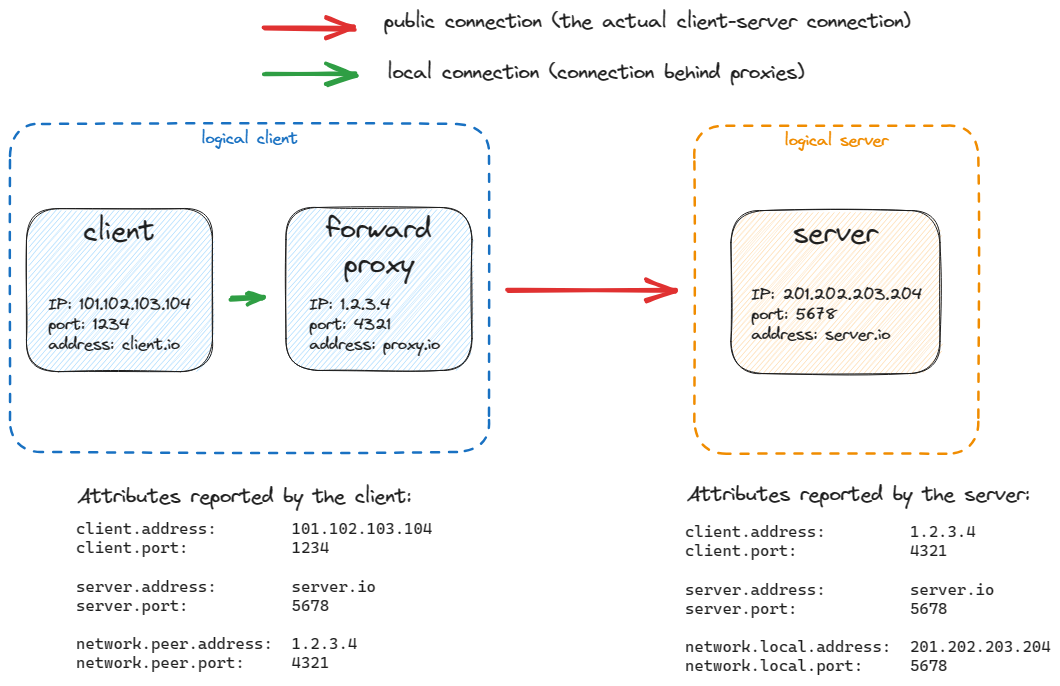
The Excalidraw diagram docs/general/forward-proxy.png in open-telemetry/semantic-conventions, before a commit. Source tidied: one line per element, renumbered; positions are measured from the earlier drawing's top-left corner, leaving out a move shared by most shapes.
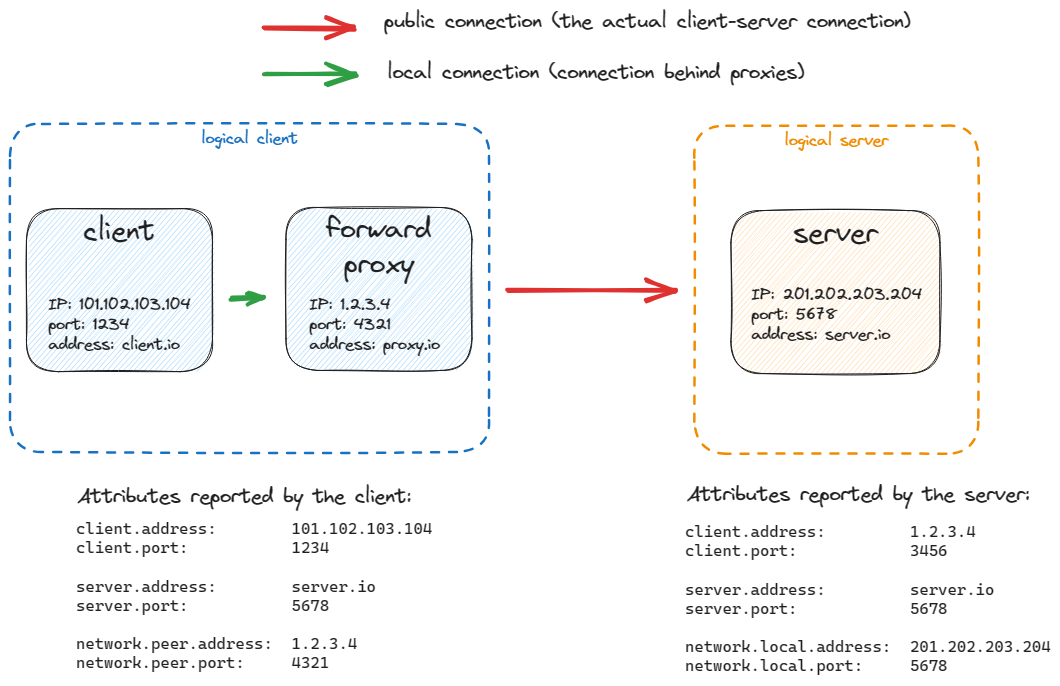
Later version of the same file.

Diff of the diagram source:
```diff
@@ -14,7 +14,7 @@
 {"id": 13, "type": "rectangle", "strokeColor": "#1e1e1e", "backgroundColor": "#ffd8a8", "fillStyle": "hachure", "strokeWidth": 1, "roughness": 1, "round": true, "x": 721, "y": 201, "width": 209, "height": 163}
 {"id": 14, "type": "text", "text": "server", "strokeColor": "#1e1e1e", "backgroundColor": "#a5d8ff", "fillStyle": "hachure", "strokeWidth": 1, "roughness": 1, "fontSize": 28, "fontFamily": 1, "textAlign": "center", "inside": 13, "x": 783, "y": 206, "width": 85, "height": 35}
 {"id": 15, "type": "text", "text": "IP: 201.202.203.204\nport: 5678\naddress: server.io", "strokeColor": "#1e1e1e", "backgroundColor": "#a5d8ff", "fillStyle": "hachure", "strokeWidth": 1, "roughness": 1, "fontSize": 16, "fontFamily": 1, "x": 741, "y": 275, "width": 171, "height": 60}
-{"id": 16, "type": "text", "text": "client.address:         1.2.3.4\nclient.port:            4321\n\nserver.address:         server.io\nserver.port:            5678\n\nnetwork.local.address:  201.202.203.204\nnetwork.local.port:     5678", "strokeColor": "#1e1e1e", "backgroundColor": "#a5d8ff", "fillStyle": "hachure", "strokeWidth": 1, "roughness": 1, "fontSize": 16, "fontFamily": 3, "x": 675, "y": 512, "width": 366, "height": 154}
+{"id": 16, "type": "text", "text": "client.address:         1.2.3.4\nclient.port:            3456\n\nserver.address:         server.io\nserver.port:            5678\n\nnetwork.local.address:  201.202.203.204\nnetwork.local.port:     5678", "strokeColor": "#1e1e1e", "backgroundColor": "#a5d8ff", "fillStyle": "hachure", "strokeWidth": 1, "roughness": 1, "fontSize": 16, "fontFamily": 3, "x": 675, "y": 512, "width": 366, "height": 154}
 {"id": 17, "type": "text", "text": "Attributes reported by the client:", "strokeColor": "#1e1e1e", "backgroundColor": "#a5d8ff", "fillStyle": "hachure", "strokeWidth": 1, "roughness": 1, "fontSize": 20, "fontFamily": 1, "x": 67, "y": 475, "width": 334, "height": 25}
 {"id": 18, "type": "text", "text": "Attributes reported by the server:", "strokeColor": "#1e1e1e", "backgroundColor": "#a5d8ff", "fillStyle": "hachure", "strokeWidth": 1, "roughness": 1, "fontSize": 20, "fontFamily": 1, "x": 677, "y": 473, "width": 343, "height": 25}
 {"id": 19, "type": "rectangle", "strokeColor": "#1e1e1e", "backgroundColor": "#a5d8ff", "fillStyle": "hachure", "strokeWidth": 1, "roughness": 1, "round": true, "x": 276, "y": 197, "width": 186, "height": 163}
```
